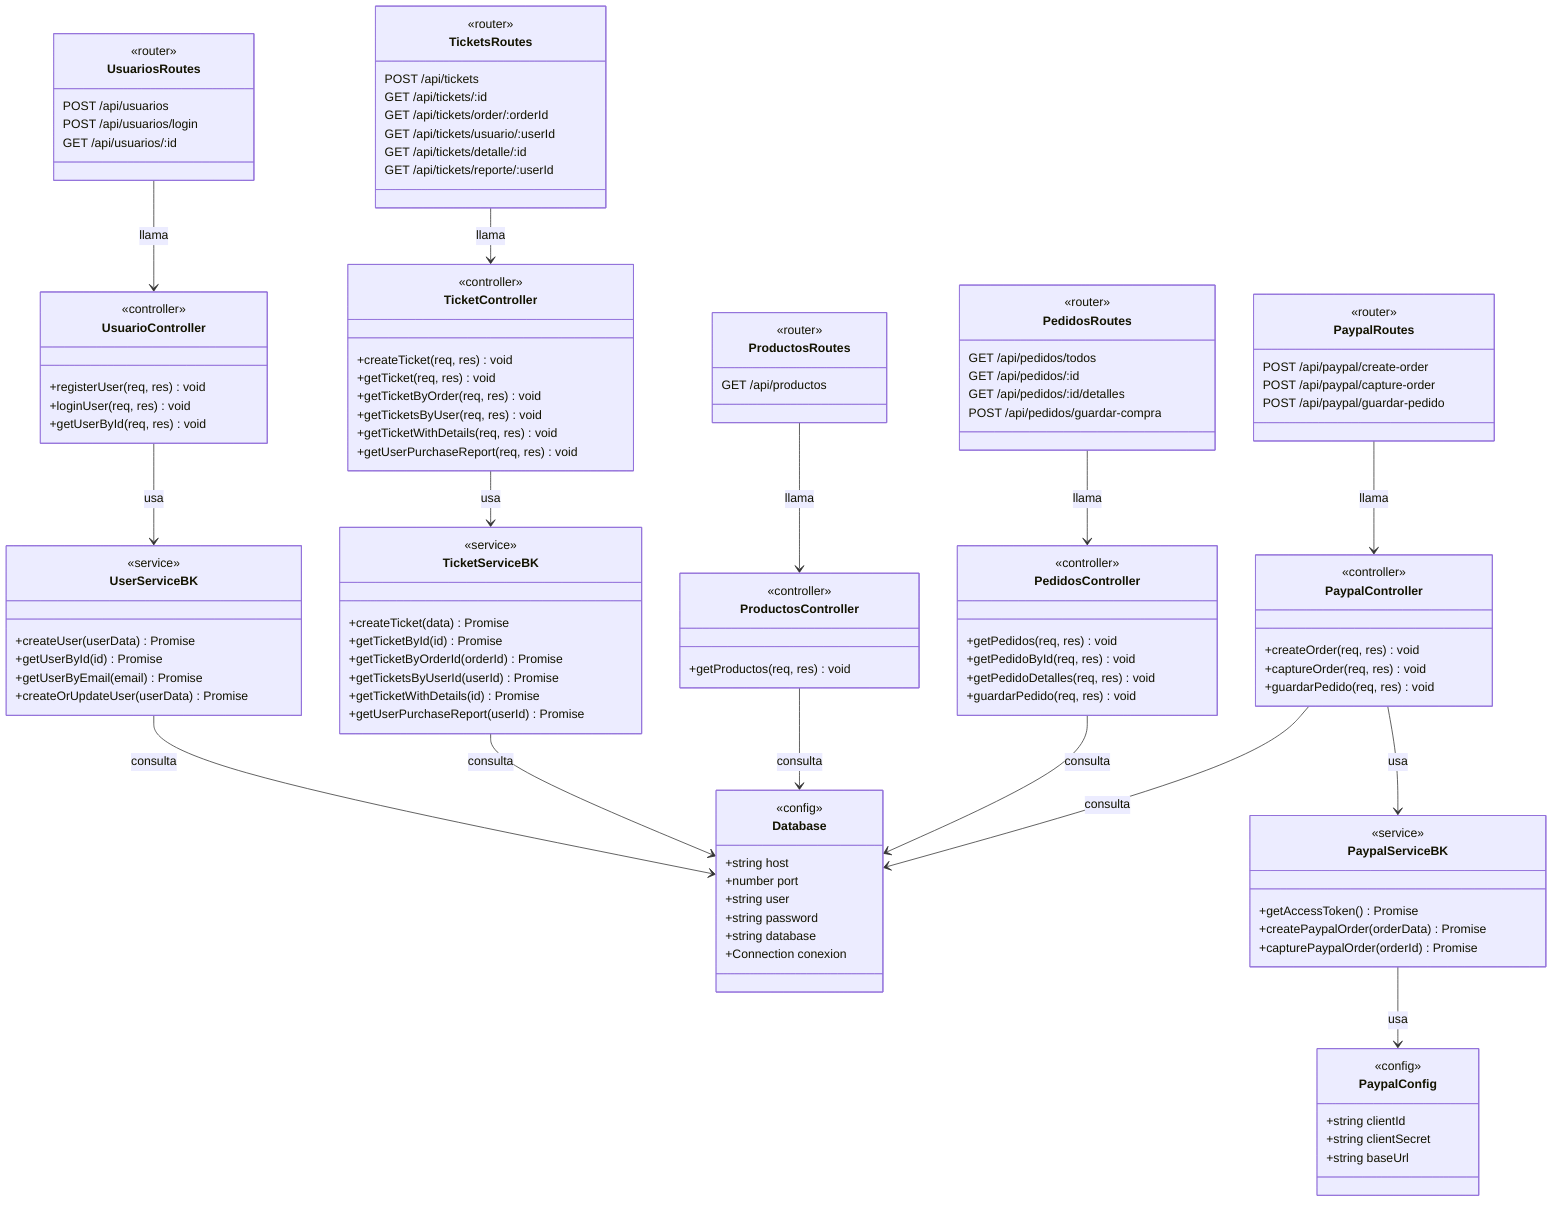
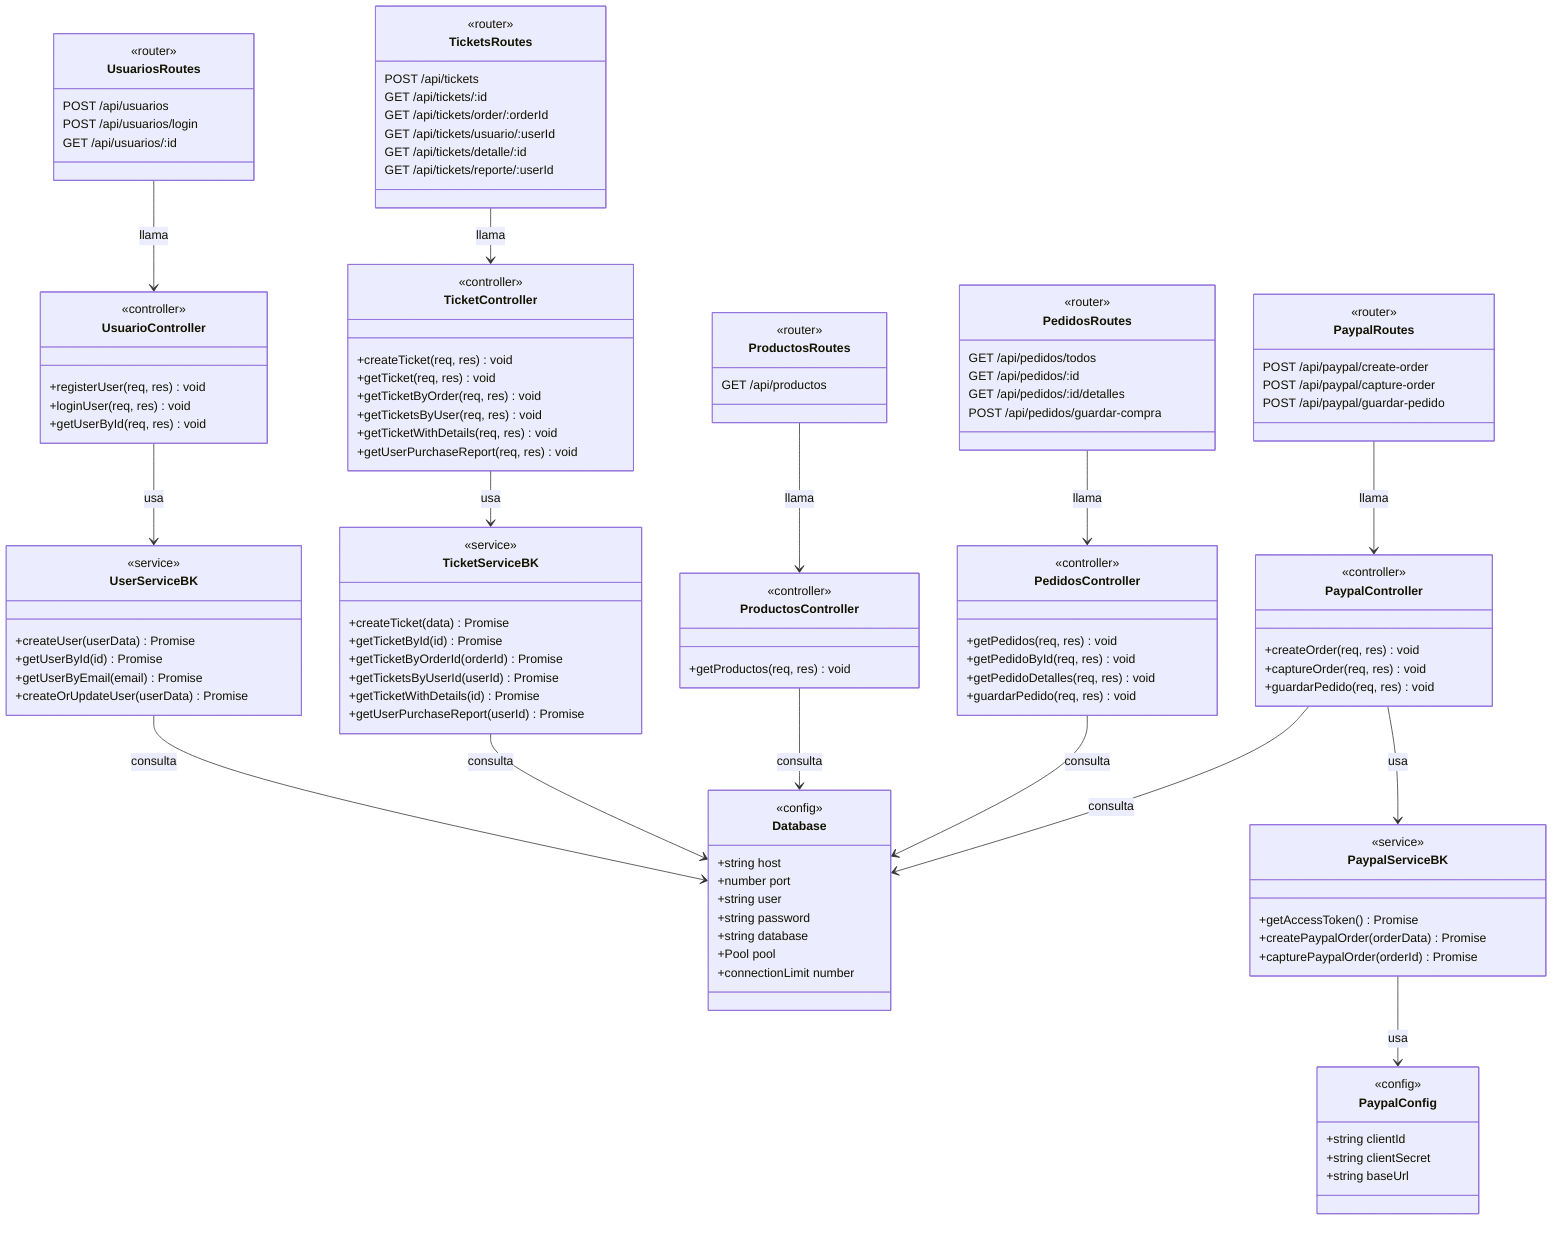
classDiagram
direction TB

%% ─── CONFIGURACIÓN ──────────────────────────────────────────

class Database {
    <<config>>
    +string host
    +number port
    +string user
    +string password
    +string database
-     +Connection conexion
+     +Pool pool
+     +connectionLimit number
}

class PaypalConfig {
    <<config>>
    +string clientId
    +string clientSecret
    +string baseUrl
}

%% ─── SERVICIOS ─────────────────────────────────────────────

class PaypalServiceBK {
    <<service>>
    +getAccessToken() Promise
    +createPaypalOrder(orderData) Promise
    +capturePaypalOrder(orderId) Promise
}

class UserServiceBK {
    <<service>>
    +createUser(userData) Promise
    +getUserById(id) Promise
    +getUserByEmail(email) Promise
    +createOrUpdateUser(userData) Promise
}

class TicketServiceBK {
    <<service>>
    +createTicket(data) Promise
    +getTicketById(id) Promise
    +getTicketByOrderId(orderId) Promise
    +getTicketsByUserId(userId) Promise
    +getTicketWithDetails(id) Promise
    +getUserPurchaseReport(userId) Promise
}
+ %% createTicket acepta pedido_id opcional e id_usuario nullable
+ %% getTicketWithDetails: LEFT JOIN usuarios + JOIN detalles_pedido

%% ─── CONTROLADORES ─────────────────────────────────────────

class ProductosController {
    <<controller>>
    +getProductos(req, res) void
}

class PedidosController {
    <<controller>>
    +getPedidos(req, res) void
    +getPedidoById(req, res) void
    +getPedidoDetalles(req, res) void
    +guardarPedido(req, res) void
}

class PaypalController {
    <<controller>>
    +createOrder(req, res) void
    +captureOrder(req, res) void
    +guardarPedido(req, res) void
}

class UsuarioController {
    <<controller>>
    +registerUser(req, res) void
    +loginUser(req, res) void
    +getUserById(req, res) void
}

class TicketController {
    <<controller>>
    +createTicket(req, res) void
    +getTicket(req, res) void
    +getTicketByOrder(req, res) void
    +getTicketsByUser(req, res) void
    +getTicketWithDetails(req, res) void
    +getUserPurchaseReport(req, res) void
}
+ %% createTicket: id_usuario es opcional (permite compras sin sesión)

%% ─── RUTAS ──────────────────────────────────────────────────

class ProductosRoutes {
    <<router>>
    GET /api/productos
}

class PedidosRoutes {
    <<router>>
    GET /api/pedidos/todos
    GET /api/pedidos/:id
    GET /api/pedidos/:id/detalles
    POST /api/pedidos/guardar-compra
}

class PaypalRoutes {
    <<router>>
    POST /api/paypal/create-order
    POST /api/paypal/capture-order
    POST /api/paypal/guardar-pedido
}

class UsuariosRoutes {
    <<router>>
    POST /api/usuarios
    POST /api/usuarios/login
    GET /api/usuarios/:id
}

class TicketsRoutes {
    <<router>>
    POST /api/tickets
    GET /api/tickets/:id
    GET /api/tickets/order/:orderId
    GET /api/tickets/usuario/:userId
    GET /api/tickets/detalle/:id
    GET /api/tickets/reporte/:userId
}

%% ─── RELACIONES RUTAS → CONTROLADORES ───────────────────────
ProductosRoutes --> ProductosController : llama
PedidosRoutes --> PedidosController : llama
PaypalRoutes --> PaypalController : llama
UsuariosRoutes --> UsuarioController : llama
TicketsRoutes --> TicketController : llama

%% ─── RELACIONES CONTROLADORES → SERVICIOS ───────────────────
PaypalController --> PaypalServiceBK : usa
UsuarioController --> UserServiceBK : usa
TicketController --> TicketServiceBK : usa

%% ─── RELACIONES SERVICIOS / CONTROLADORES → CONFIG ──────────
PaypalServiceBK --> PaypalConfig : usa
UserServiceBK --> Database : consulta
TicketServiceBK --> Database : consulta
ProductosController --> Database : consulta
PedidosController --> Database : consulta
PaypalController --> Database : consulta
